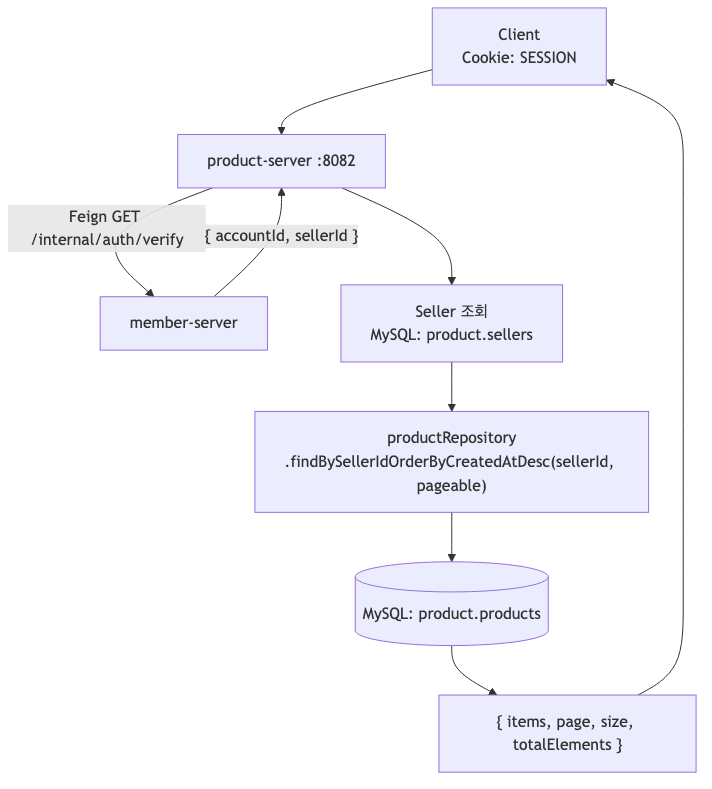
The Mermaid diagram mini-coupang/diagrams/img/09-seller-list-products.png in ing9990/deep-blog, before a commit. Its source is kept beside it as mini-coupang/diagrams/src/09-seller-list-products.mmd.
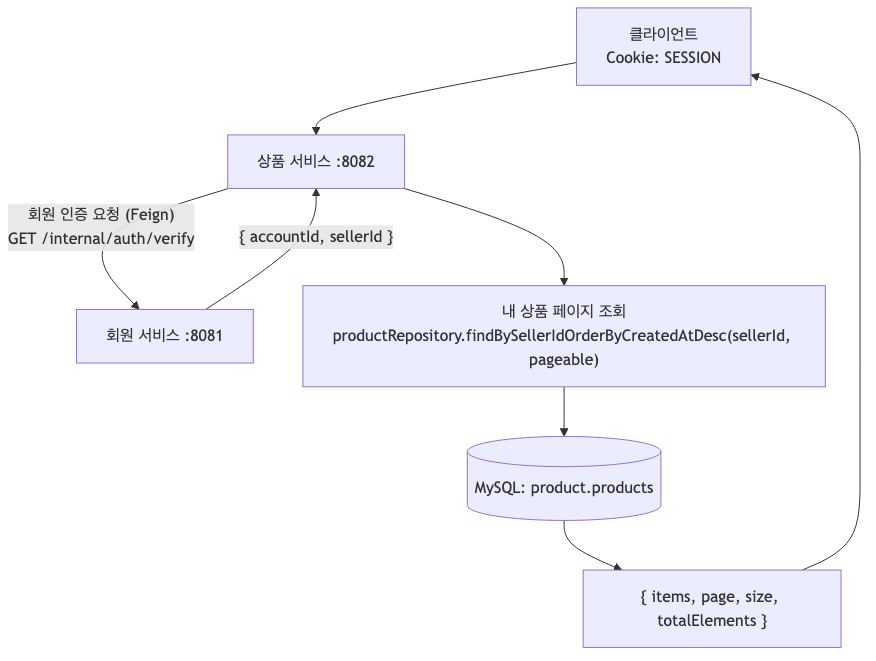
After the commit.

The edit, as a diff of the source:
```diff
@@ -1,9 +1,8 @@
 flowchart TD
-    C["Client<br/>Cookie: SESSION"] --> PS["product-server :8082"]
-    PS -- "Feign GET /internal/auth/verify" --> MS["member-server"]
+    C["클라이언트<br/>Cookie: SESSION"] --> PS["상품 서비스 :8082"]
+    PS -- "회원 인증 요청 (Feign)<br/>GET /internal/auth/verify" --> MS["회원 서비스 :8081"]
     MS -- "{ accountId, sellerId }" --> PS
-    PS --> SC["Seller 조회<br/>MySQL: product.sellers"]
-    SC --> Q["productRepository<br/>.findBySellerIdOrderByCreatedAtDesc(sellerId, pageable)"]
+    PS --> Q["내 상품 페이지 조회<br/>productRepository.findBySellerIdOrderByCreatedAtDesc(sellerId, pageable)"]
     Q --> DB[("MySQL: product.products")]
     DB --> Resp["{ items, page, size, totalElements }"]
     Resp --> C
```
